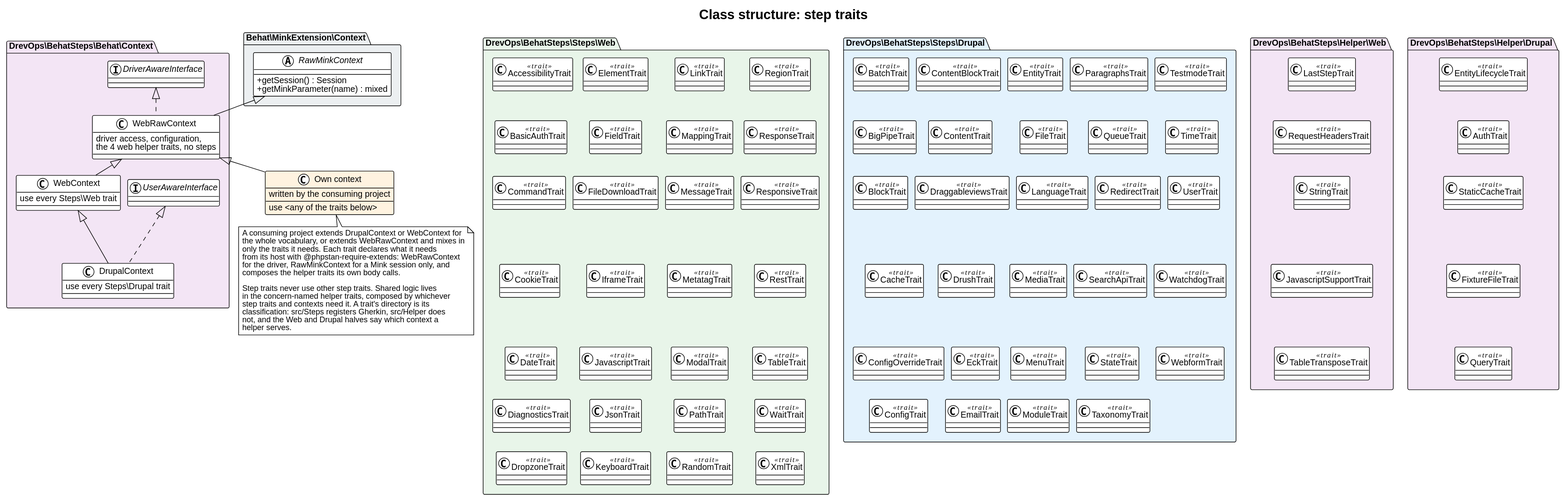
The PlantUML diagram docs/architecture/class-traits.svg in drevops/behat-steps, before a commit. The source it was exported from:
```plantuml
@startuml
!theme plain
skinparam backgroundColor white
skinparam defaultFontName Helvetica
skinparam shadowing false
skinparam classAttributeIconSize 0
skinparam nodesep 12
skinparam ranksep 20
title Class structure: step traits

package "Behat\\MinkExtension\\Context" #ECEFF1 {
  abstract class RawMinkContext {
    +getSession() : Session
    +getMinkParameter(name) : mixed
  }
}

package "DrevOps\\BehatSteps\\Behat\\Context" #F3E5F5 {
  interface DriverAwareInterface
  interface UserAwareInterface
  class WebRawContext {
    driver access, configuration,
    the 4 web helper traits, no steps
  }
  class WebContext {
    use every Steps\\Web trait
  }
  class DrupalContext {
    use every Steps\\Drupal trait
  }
}

class "Own context" as Consumer #FFF3E0 {
  written by the consuming project
  --
  use <any of the traits below>
}

RawMinkContext <|-- WebRawContext
DriverAwareInterface <|.. WebRawContext
UserAwareInterface <|.. DrupalContext
WebRawContext <|-- WebContext
WebContext <|-- DrupalContext
WebRawContext <|-- Consumer

package "DrevOps\\BehatSteps\\Steps\\Web" #E8F5E9 {
  class AccessibilityTrait <<trait>>
  class BasicAuthTrait <<trait>>
  class CommandTrait <<trait>>
  class CookieTrait <<trait>>
  class DateTrait <<trait>>
  class DiagnosticsTrait <<trait>>
  class DropzoneTrait <<trait>>

  class ElementTrait <<trait>>
  class FieldTrait <<trait>>
  class FileDownloadTrait <<trait>>
  class IframeTrait <<trait>>
  class JavascriptTrait <<trait>>
  class JsonTrait <<trait>>
  class KeyboardTrait <<trait>>

  class LinkTrait <<trait>>
  class MappingTrait <<trait>>
  class MessageTrait <<trait>>
  class MetatagTrait <<trait>>
  class ModalTrait <<trait>>
  class PathTrait <<trait>>
  class RandomTrait <<trait>>

  class RegionTrait <<trait>>
  class ResponseTrait <<trait>>
  class ResponsiveTrait <<trait>>
  class RestTrait <<trait>>
  class TableTrait <<trait>>
  class WaitTrait <<trait>>
  class XmlTrait <<trait>>

  AccessibilityTrait -[hidden]down- BasicAuthTrait
  BasicAuthTrait -[hidden]down- CommandTrait
  CommandTrait -[hidden]down- CookieTrait
  CookieTrait -[hidden]down- DateTrait
  DateTrait -[hidden]down- DiagnosticsTrait
  DiagnosticsTrait -[hidden]down- DropzoneTrait

  ElementTrait -[hidden]down- FieldTrait
  FieldTrait -[hidden]down- FileDownloadTrait
  FileDownloadTrait -[hidden]down- IframeTrait
  IframeTrait -[hidden]down- JavascriptTrait
  JavascriptTrait -[hidden]down- JsonTrait
  JsonTrait -[hidden]down- KeyboardTrait

  LinkTrait -[hidden]down- MappingTrait
  MappingTrait -[hidden]down- MessageTrait
  MessageTrait -[hidden]down- MetatagTrait
  MetatagTrait -[hidden]down- ModalTrait
  ModalTrait -[hidden]down- PathTrait
  PathTrait -[hidden]down- RandomTrait

  RegionTrait -[hidden]down- ResponseTrait
  ResponseTrait -[hidden]down- ResponsiveTrait
  ResponsiveTrait -[hidden]down- RestTrait
  RestTrait -[hidden]down- TableTrait
  TableTrait -[hidden]down- WaitTrait
  WaitTrait -[hidden]down- XmlTrait
}

package "DrevOps\\BehatSteps\\Steps\\Drupal" #E3F2FD {
  class BatchTrait <<trait>>
  class BigPipeTrait <<trait>>
  class BlockTrait <<trait>>
  class CacheTrait <<trait>>
  class ConfigOverrideTrait <<trait>>
  class ConfigTrait <<trait>>

  class ContentBlockTrait <<trait>>
  class ContentTrait <<trait>>
  class DraggableviewsTrait <<trait>>
  class DrushTrait <<trait>>
  class EckTrait <<trait>>
  class EmailTrait <<trait>>

  class EntityTrait <<trait>>
  class FileTrait <<trait>>
  class LanguageTrait <<trait>>
  class MediaTrait <<trait>>
  class MenuTrait <<trait>>
  class ModuleTrait <<trait>>

  class ParagraphsTrait <<trait>>
  class QueueTrait <<trait>>
  class RedirectTrait <<trait>>
  class SearchApiTrait <<trait>>
  class StateTrait <<trait>>
  class TaxonomyTrait <<trait>>

  class TestmodeTrait <<trait>>
  class TimeTrait <<trait>>
  class UserTrait <<trait>>
  class WatchdogTrait <<trait>>
  class WebformTrait <<trait>>

  BatchTrait -[hidden]down- BigPipeTrait
  BigPipeTrait -[hidden]down- BlockTrait
  BlockTrait -[hidden]down- CacheTrait
  CacheTrait -[hidden]down- ConfigOverrideTrait
  ConfigOverrideTrait -[hidden]down- ConfigTrait

  ContentBlockTrait -[hidden]down- ContentTrait
  ContentTrait -[hidden]down- DraggableviewsTrait
  DraggableviewsTrait -[hidden]down- DrushTrait
  DrushTrait -[hidden]down- EckTrait
  EckTrait -[hidden]down- EmailTrait

  EntityTrait -[hidden]down- FileTrait
  FileTrait -[hidden]down- LanguageTrait
  LanguageTrait -[hidden]down- MediaTrait
  MediaTrait -[hidden]down- MenuTrait
  MenuTrait -[hidden]down- ModuleTrait

  ParagraphsTrait -[hidden]down- QueueTrait
  QueueTrait -[hidden]down- RedirectTrait
  RedirectTrait -[hidden]down- SearchApiTrait
  SearchApiTrait -[hidden]down- StateTrait
  StateTrait -[hidden]down- TaxonomyTrait

  TestmodeTrait -[hidden]down- TimeTrait
  TimeTrait -[hidden]down- UserTrait
  UserTrait -[hidden]down- WatchdogTrait
  WatchdogTrait -[hidden]down- WebformTrait
}

package "DrevOps\\BehatSteps\\Helper\\Web" #F3E5F5 {
  class LastStepTrait <<trait>>
  class RequestHeadersTrait <<trait>>
  class StringTrait <<trait>>
  class JavascriptSupportTrait <<trait>>
  class TableTransposeTrait <<trait>>

  LastStepTrait -[hidden]down- RequestHeadersTrait
  RequestHeadersTrait -[hidden]down- StringTrait
  StringTrait -[hidden]down- JavascriptSupportTrait
  JavascriptSupportTrait -[hidden]down- TableTransposeTrait
}

package "DrevOps\\BehatSteps\\Helper\\Drupal" #F3E5F5 {
  class EntityLifecycleTrait <<trait>>
  class AuthTrait <<trait>>
  class StaticCacheTrait <<trait>>
  class FixtureFileTrait <<trait>>
  class QueryTrait <<trait>>

  EntityLifecycleTrait -[hidden]down- AuthTrait
  AuthTrait -[hidden]down- StaticCacheTrait
  StaticCacheTrait -[hidden]down- FixtureFileTrait
  FixtureFileTrait -[hidden]down- QueryTrait
}

note bottom of Consumer
  A consuming project extends DrupalContext or WebContext for
  the whole vocabulary, or extends WebRawContext and mixes in
  only the traits it needs. Each trait declares what it needs
  from its host with @phpstan-require-extends: WebRawContext
  for the driver, RawMinkContext for a Mink session only, and
  composes the helper traits its own body calls.

  Step traits never use other step traits. Shared logic lives
  in the concern-named helper traits, composed by whichever
  step traits and contexts need it. A trait's directory is its
  classification: src/Steps registers Gherkin, src/Helper does
  not, and the Web and Drupal halves say which context a
  helper serves.
end note
@enduml
```
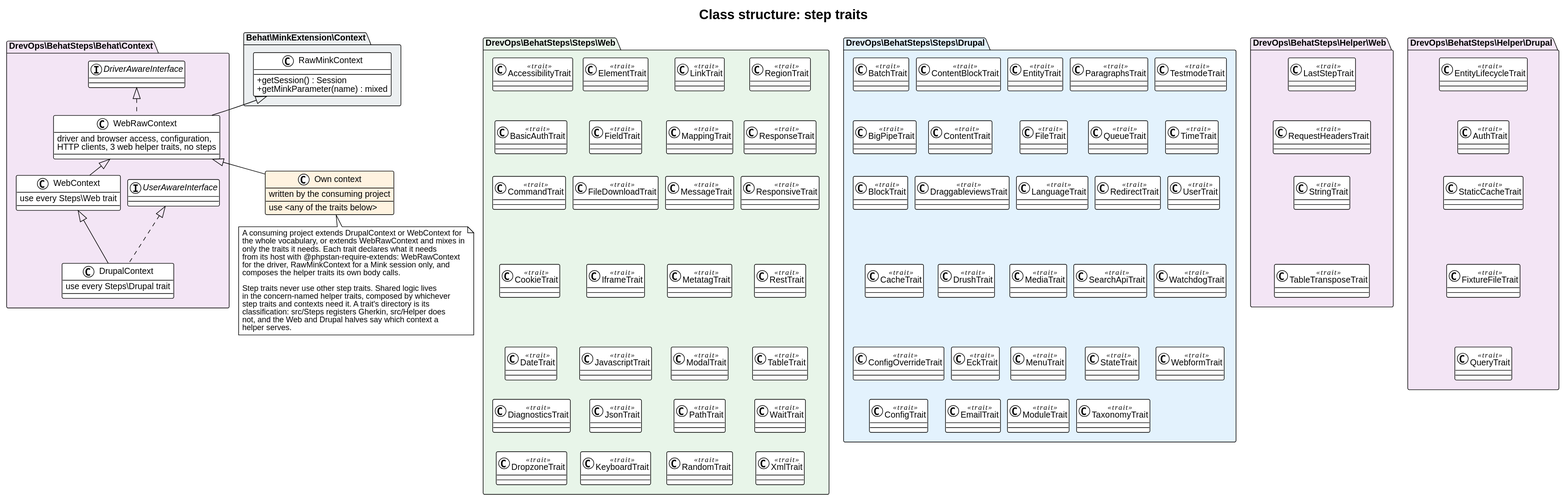
Later version of the same file.

Diff of the diagram source:
```diff
@@ -9,7 +9,7 @@
 title Class structure: step traits
 
 package "Behat\\MinkExtension\\Context" #ECEFF1 {
-  abstract class RawMinkContext {
+  class RawMinkContext {
     +getSession() : Session
     +getMinkParameter(name) : mixed
   }
@@ -19,8 +19,8 @@
   interface DriverAwareInterface
   interface UserAwareInterface
   class WebRawContext {
-    driver access, configuration,
-    the 4 web helper traits, no steps
+    driver and browser access, configuration,
+    HTTP clients, 3 web helper traits, no steps
   }
   class WebContext {
     use every Steps\\Web trait
@@ -174,13 +174,11 @@
   class LastStepTrait <<trait>>
   class RequestHeadersTrait <<trait>>
   class StringTrait <<trait>>
-  class JavascriptSupportTrait <<trait>>
   class TableTransposeTrait <<trait>>
 
   LastStepTrait -[hidden]down- RequestHeadersTrait
   RequestHeadersTrait -[hidden]down- StringTrait
-  StringTrait -[hidden]down- JavascriptSupportTrait
-  JavascriptSupportTrait -[hidden]down- TableTransposeTrait
+  StringTrait -[hidden]down- TableTransposeTrait
 }
 
 package "DrevOps\\BehatSteps\\Helper\\Drupal" #F3E5F5 {
```
